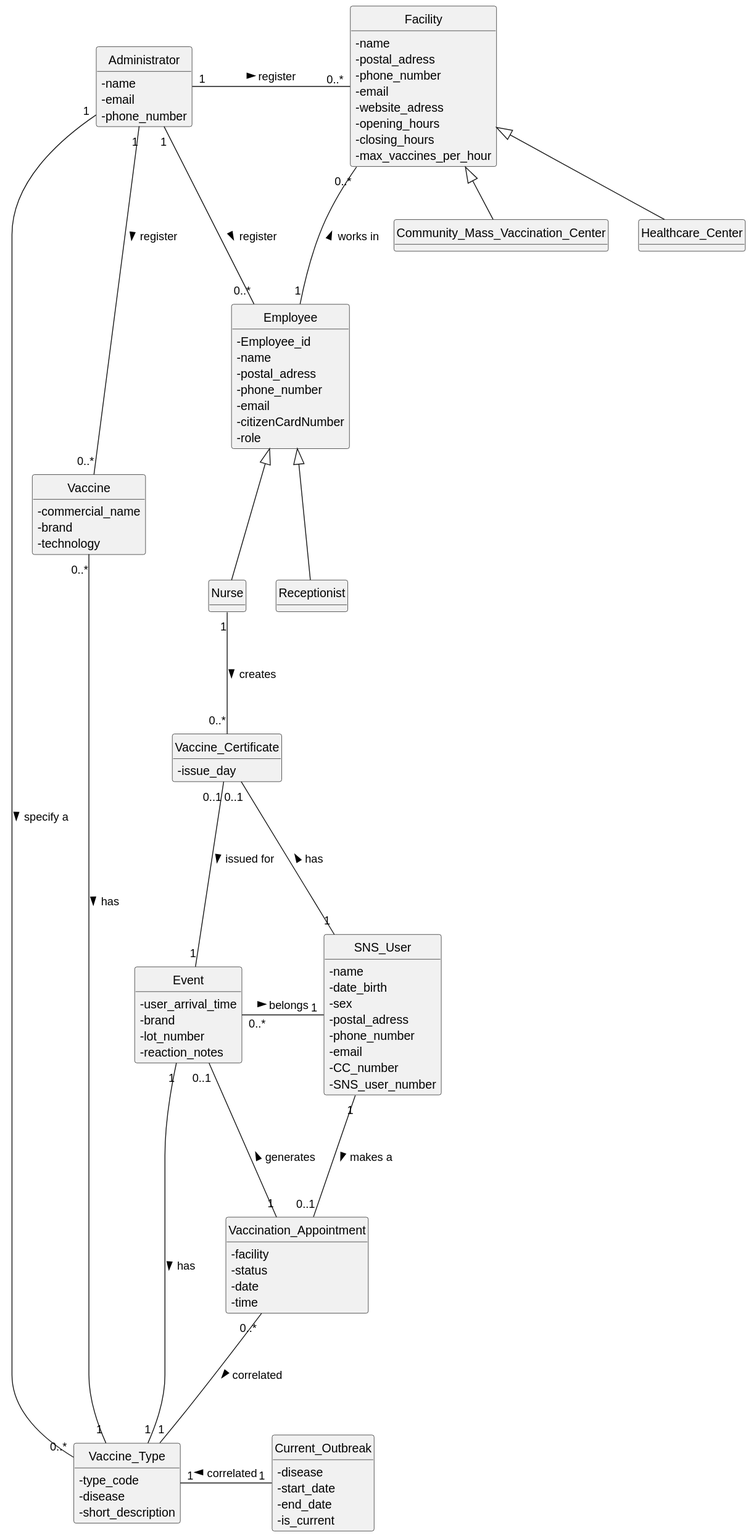
The PlantUML diagram docs/system-documentation/global-artifacts/svg/DM.svg in Parafita123/leti-esoft-25-26-B1, before a commit.
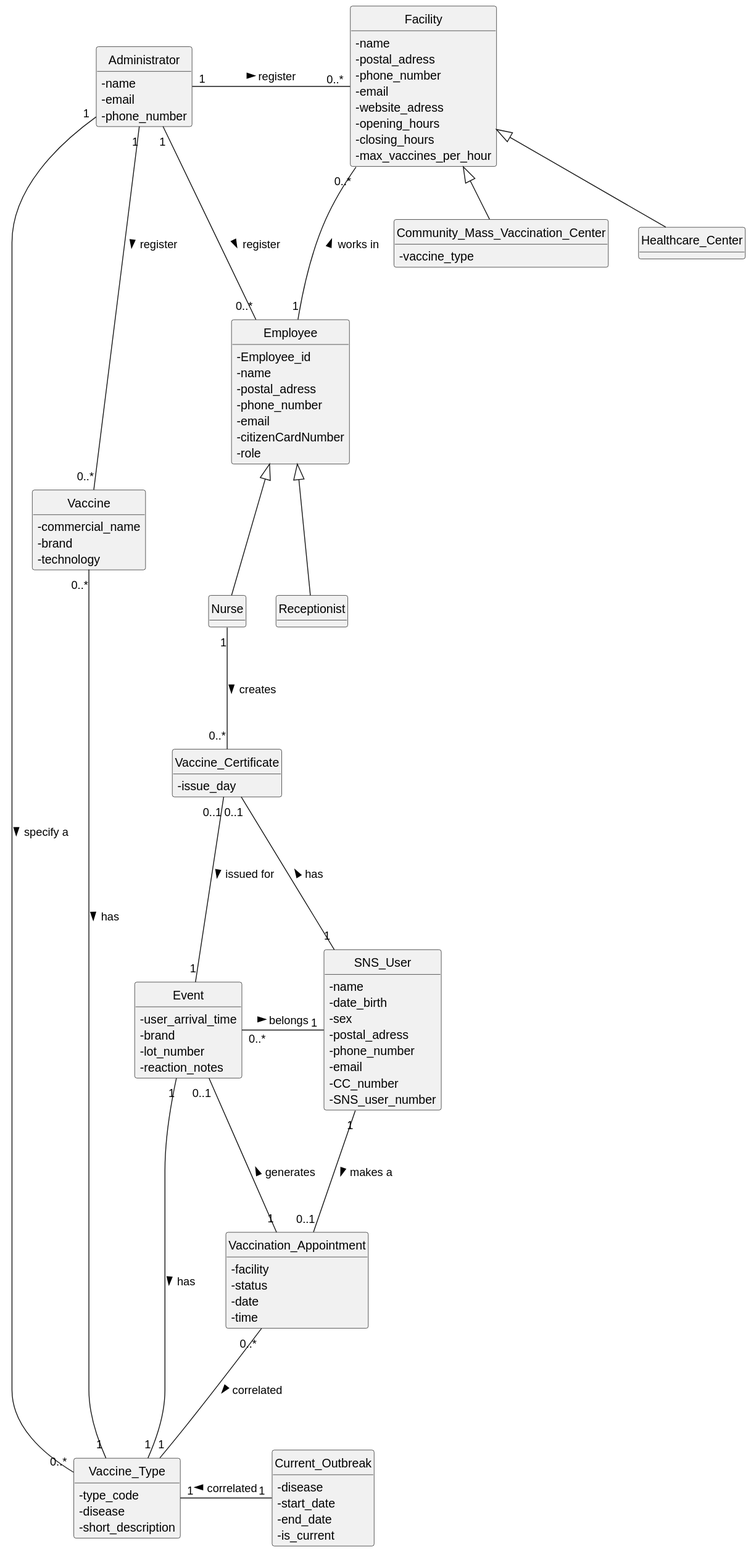
After the commit.

Diff of the diagram source:
```diff
@@ -67,6 +67,7 @@
 }
 
 class Community_Mass_Vaccination_Center {
+ - vaccine_type
 }
 
 class Healthcare_Center {
```
